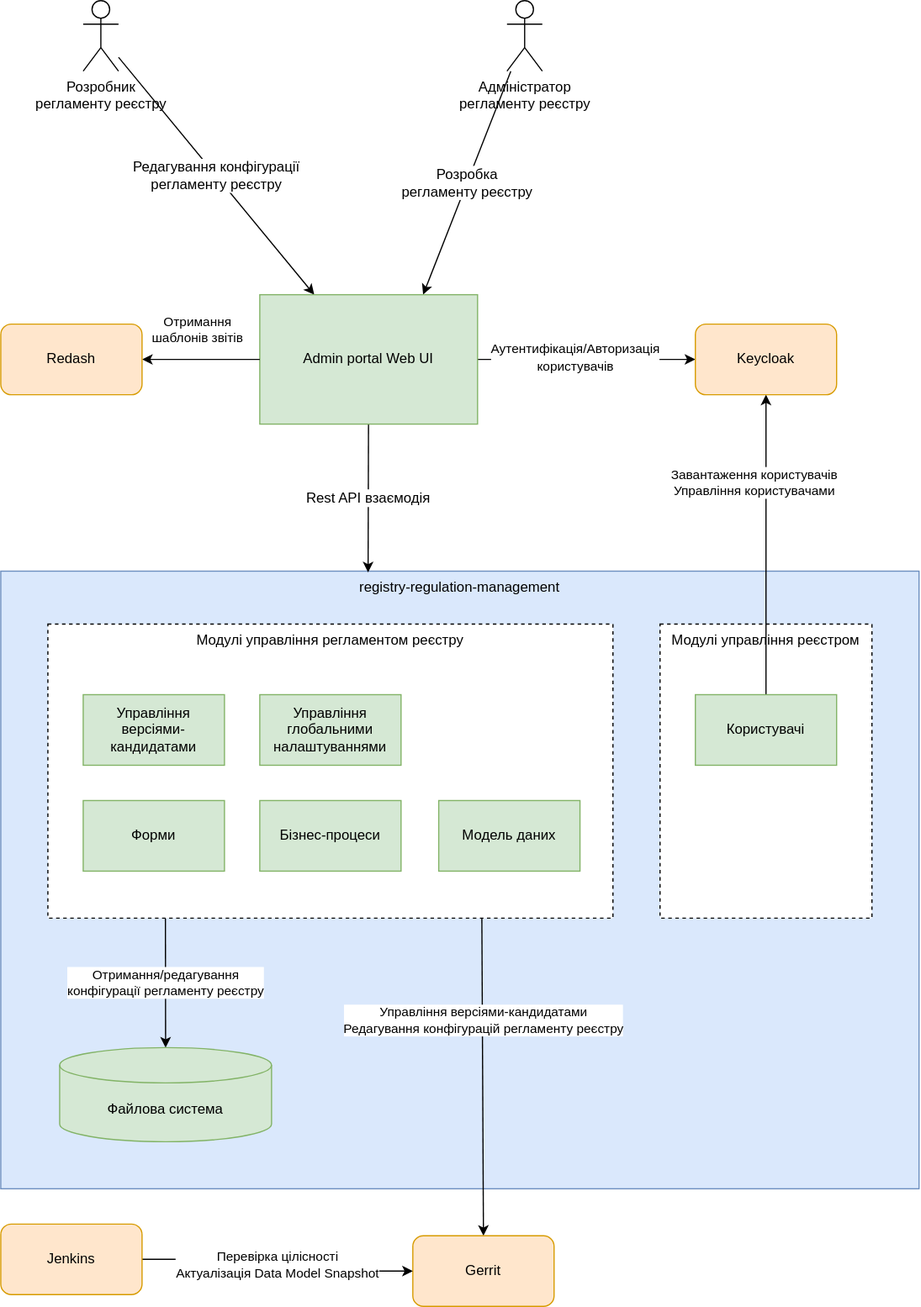
The draw.io diagram modules/tech/images/architecture-workspace/documentation-templates/component-design-template/container.svg in epam/edp-ddm-architecture, before a commit. Source tidied: cells renumbered, new cells last; positions are measured from the earlier drawing's top-left corner, leaving out a move shared by most shapes. Its diagram source:
```xml
<mxGraphModel>
  <root>
    <mxCell id="0" />
    <mxCell id="1" parent="0" />
    <mxCell id="2" value="registry-regulation-management" style="rounded=0;whiteSpace=wrap;html=1;verticalAlign=top;fillColor=#dae8fc;strokeColor=#6c8ebf;" parent="1" vertex="1">
      <mxGeometry y="485" width="780" height="525" as="geometry" />
    </mxCell>
    <mxCell id="3" value="Модулі управління реєстром" style="rounded=0;whiteSpace=wrap;html=1;verticalAlign=top;dashed=1;" parent="1" vertex="1">
      <mxGeometry x="560" y="530" width="180" height="250" as="geometry" />
    </mxCell>
    <mxCell id="4" value="Управління версіями-кандидатами&lt;br&gt;Редагування конфігурацій регламенту реєстру" style="edgeStyle=none;rounded=0;jettySize=auto;html=1;entryX=0.5;entryY=0;entryDx=0;entryDy=0;exitX=0.768;exitY=0.999;exitDx=0;exitDy=0;exitPerimeter=0;" parent="1" edge="1" source="6" target="20">
      <mxGeometry x="-0.35" y="1" relative="1" as="geometry" />
    </mxCell>
    <mxCell id="5" value="Отримання/редагування&lt;br&gt;конфігурації регламенту реєстру" style="edgeStyle=none;rounded=0;jettySize=auto;html=1;entryX=0.5;entryY=0;entryDx=0;entryDy=0;entryPerimeter=0;exitX=0.208;exitY=1.001;exitDx=0;exitDy=0;exitPerimeter=0;" parent="1" edge="1" source="6" target="21">
      <mxGeometry relative="1" as="geometry" />
    </mxCell>
    <mxCell id="6" value="Модулі управління регламентом реєстру" style="rounded=0;whiteSpace=wrap;html=1;verticalAlign=top;dashed=1;" parent="1" vertex="1">
      <mxGeometry x="40" y="530" width="480" height="250" as="geometry" />
    </mxCell>
    <mxCell id="7" value="Розробка&lt;br&gt;регламенту реєстру" style="edgeStyle=none;rounded=0;jettySize=auto;html=1;entryX=0.75;entryY=0;entryDx=0;entryDy=0;fontSize=12;" parent="1" edge="1" source="8" target="19">
      <mxGeometry relative="1" as="geometry" />
    </mxCell>
    <mxCell id="8" value="Адміністратор &lt;br&gt;регламенту реєстру" style="shape=umlActor;verticalLabelPosition=bottom;verticalAlign=top;html=1;outlineConnect=0;" parent="1" vertex="1">
      <mxGeometry x="430" width="30" height="60" as="geometry" />
    </mxCell>
    <mxCell id="9" value="Редагування конфігурації&lt;br style=&quot;font-size: 12px;&quot;&gt;регламенту реєстру" style="edgeStyle=none;rounded=0;jettySize=auto;html=1;entryX=0.25;entryY=0;entryDx=0;entryDy=0;fontSize=12;" parent="1" edge="1" source="10" target="19">
      <mxGeometry relative="1" as="geometry" />
    </mxCell>
    <mxCell id="10" value="Розробник&lt;br&gt;регламенту реєстру" style="shape=umlActor;verticalLabelPosition=bottom;verticalAlign=top;html=1;outlineConnect=0;" parent="1" vertex="1">
      <mxGeometry x="70" width="30" height="60" as="geometry" />
    </mxCell>
    <mxCell id="11" value="Форми" style="rounded=0;whiteSpace=wrap;html=1;fillColor=#d5e8d4;strokeColor=#82b366;" parent="1" vertex="1">
      <mxGeometry x="70" y="680" width="120" height="60" as="geometry" />
    </mxCell>
    <mxCell id="12" value="Бізнес-процеси" style="rounded=0;whiteSpace=wrap;html=1;fillColor=#d5e8d4;strokeColor=#82b366;" parent="1" vertex="1">
      <mxGeometry x="220" y="680" width="120" height="60" as="geometry" />
    </mxCell>
    <mxCell id="13" value="Управління глобальними налаштуваннями" style="rounded=0;whiteSpace=wrap;html=1;fillColor=#d5e8d4;strokeColor=#82b366;" parent="1" vertex="1">
      <mxGeometry x="220" y="590" width="120" height="60" as="geometry" />
    </mxCell>
    <mxCell id="14" value="Модель даних" style="rounded=0;whiteSpace=wrap;html=1;fillColor=#d5e8d4;strokeColor=#82b366;" parent="1" vertex="1">
      <mxGeometry x="372" y="680" width="120" height="60" as="geometry" />
    </mxCell>
    <mxCell id="15" value="Управління версіями-кандидатами" style="rounded=0;whiteSpace=wrap;html=1;fillColor=#d5e8d4;strokeColor=#82b366;" parent="1" vertex="1">
      <mxGeometry x="70" y="590" width="120" height="60" as="geometry" />
    </mxCell>
    <mxCell id="16" value="Rest API взаємодія" style="edgeStyle=none;rounded=0;jettySize=auto;html=1;fontSize=12;entryX=0.4;entryY=0.002;entryDx=0;entryDy=0;entryPerimeter=0;" parent="1" edge="1" source="19" target="2">
      <mxGeometry relative="1" as="geometry" />
    </mxCell>
    <mxCell id="17" style="edgeStyle=none;rounded=0;jettySize=auto;html=1;entryX=0;entryY=0.5;entryDx=0;entryDy=0;fontSize=12;" parent="1" edge="1" source="19" target="26">
      <mxGeometry relative="1" as="geometry" />
    </mxCell>
    <mxCell id="18" value="&lt;span style=&quot;font-size: 11px;&quot;&gt;Аутентифікація/Авторизація&lt;/span&gt;&lt;br style=&quot;font-size: 11px;&quot;&gt;&lt;span style=&quot;font-size: 11px;&quot;&gt;користувачів&lt;/span&gt;" style="edgeLabel;html=1;align=center;verticalAlign=middle;fontSize=12;" parent="17" vertex="1">
      <mxGeometry x="-0.11" y="2" relative="1" as="geometry" />
    </mxCell>
    <mxCell id="19" value="Admin portal Web UI" style="rounded=0;whiteSpace=wrap;html=1;fillColor=#d5e8d4;strokeColor=#82b366;" parent="1" vertex="1">
      <mxGeometry x="220" y="250" width="185" height="110" as="geometry" />
    </mxCell>
    <mxCell id="20" value="Gerrit" style="rounded=1;whiteSpace=wrap;html=1;fillColor=#ffe6cc;strokeColor=#d79b00;" parent="1" vertex="1">
      <mxGeometry x="350" y="1050" width="120" height="60" as="geometry" />
    </mxCell>
    <mxCell id="21" value="Файлова система" style="shape=cylinder3;whiteSpace=wrap;html=1;boundedLbl=1;backgroundOutline=1;size=15;fillColor=#d5e8d4;strokeColor=#82b366;" parent="1" vertex="1">
      <mxGeometry x="50" y="890" width="180" height="80" as="geometry" />
    </mxCell>
    <mxCell id="22" value="Отримання &lt;br&gt;шаблонів звітів" style="edgeStyle=none;rounded=0;jettySize=auto;html=1;exitX=0;exitY=0.5;exitDx=0;exitDy=0;" parent="1" edge="1" source="19" target="25">
      <mxGeometry x="0.08" y="-25" relative="1" as="geometry">
        <mxPoint x="1" as="offset" />
      </mxGeometry>
    </mxCell>
    <mxCell id="23" value="Завантаження користувачів&lt;br&gt;Управління користувачами" style="edgeStyle=none;rounded=0;jettySize=auto;html=1;" parent="1" edge="1" source="24" target="26">
      <mxGeometry x="0.41" y="10" relative="1" as="geometry" />
    </mxCell>
    <mxCell id="24" value="Користувачі" style="rounded=0;whiteSpace=wrap;html=1;fillColor=#d5e8d4;strokeColor=#82b366;" parent="1" vertex="1">
      <mxGeometry x="590" y="590" width="120" height="60" as="geometry" />
    </mxCell>
    <mxCell id="25" value="Redash" style="rounded=1;whiteSpace=wrap;html=1;fillColor=#ffe6cc;strokeColor=#d79b00;" parent="1" vertex="1">
      <mxGeometry y="275" width="120" height="60" as="geometry" />
    </mxCell>
    <mxCell id="26" value="Keycloak" style="rounded=1;whiteSpace=wrap;html=1;fillColor=#ffe6cc;strokeColor=#d79b00;" parent="1" vertex="1">
      <mxGeometry x="590" y="275" width="120" height="60" as="geometry" />
    </mxCell>
    <mxCell id="27" value="Перевірка цілісності&lt;br&gt;Актуалізація Data Model Snapshot" style="edgeStyle=orthogonalEdgeStyle;rounded=0;jettySize=auto;html=1;entryX=0;entryY=0.5;entryDx=0;entryDy=0;" parent="1" edge="1" source="28" target="20">
      <mxGeometry relative="1" as="geometry" />
    </mxCell>
    <mxCell id="28" value="Jenkins" style="rounded=1;whiteSpace=wrap;html=1;fillColor=#ffe6cc;strokeColor=#d79b00;" parent="1" vertex="1">
      <mxGeometry y="1040" width="120" height="60" as="geometry" />
    </mxCell>
  </root>
</mxGraphModel>
```
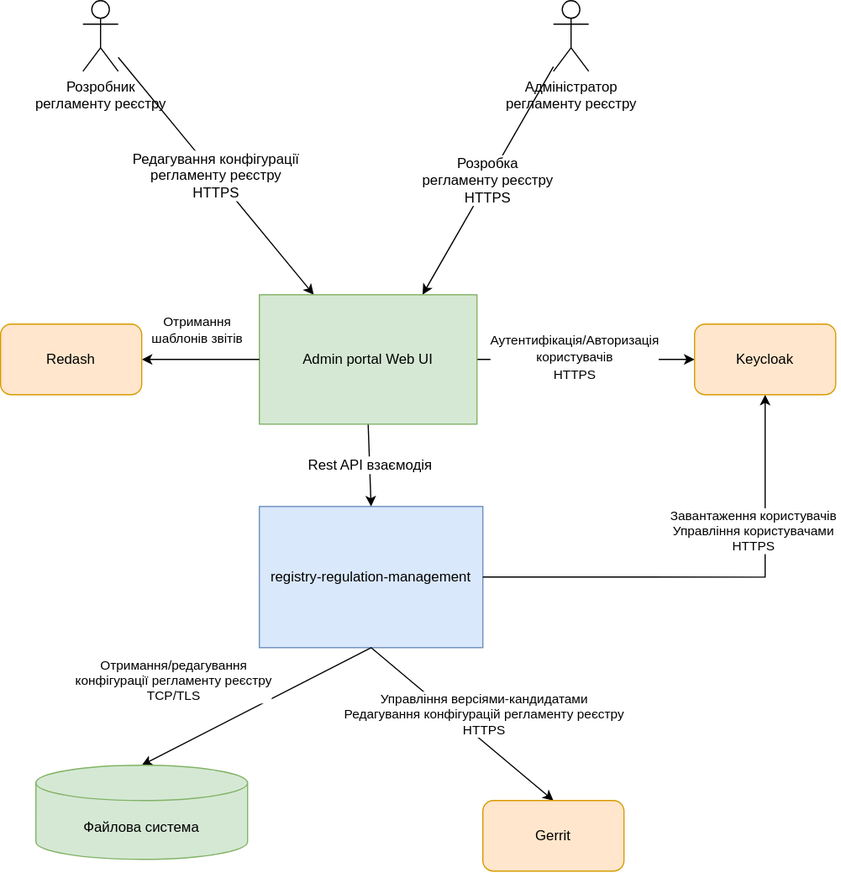
After the change.

Diff of the diagram source:
```diff
@@ -2,88 +2,60 @@
   <root>
     <mxCell id="0" />
     <mxCell id="1" parent="0" />
-    <mxCell id="2" value="registry-regulation-management" style="rounded=0;whiteSpace=wrap;html=1;verticalAlign=top;fillColor=#dae8fc;strokeColor=#6c8ebf;" parent="1" vertex="1">
-      <mxGeometry y="485" width="780" height="525" as="geometry" />
+    <mxCell id="2" value="registry-regulation-management" style="rounded=0;whiteSpace=wrap;html=1;verticalAlign=middle;fillColor=#dae8fc;strokeColor=#6c8ebf;" parent="1" vertex="1">
+      <mxGeometry x="220" y="430" width="190" height="120" as="geometry" />
     </mxCell>
-    <mxCell id="3" value="Модулі управління реєстром" style="rounded=0;whiteSpace=wrap;html=1;verticalAlign=top;dashed=1;" parent="1" vertex="1">
-      <mxGeometry x="560" y="530" width="180" height="250" as="geometry" />
-    </mxCell>
-    <mxCell id="4" value="Управління версіями-кандидатами&lt;br&gt;Редагування конфігурацій регламенту реєстру" style="edgeStyle=none;rounded=0;jettySize=auto;html=1;entryX=0.5;entryY=0;entryDx=0;entryDy=0;exitX=0.768;exitY=0.999;exitDx=0;exitDy=0;exitPerimeter=0;" parent="1" edge="1" source="6" target="20">
-      <mxGeometry x="-0.35" y="1" relative="1" as="geometry" />
+    <mxCell id="4" value="Управління версіями-кандидатами&lt;br&gt;Редагування конфігурацій регламенту реєстру&lt;br&gt;HTTPS" style="edgeStyle=none;rounded=0;jettySize=auto;html=1;entryX=0.5;entryY=0;entryDx=0;entryDy=0;exitX=0.5;exitY=1;exitDx=0;exitDy=0;" parent="1" edge="1" source="2" target="20">
+      <mxGeometry x="0.09" y="18" relative="1" as="geometry" />
     </mxCell>
-    <mxCell id="5" value="Отримання/редагування&lt;br&gt;конфігурації регламенту реєстру" style="edgeStyle=none;rounded=0;jettySize=auto;html=1;entryX=0.5;entryY=0;entryDx=0;entryDy=0;entryPerimeter=0;exitX=0.208;exitY=1.001;exitDx=0;exitDy=0;exitPerimeter=0;" parent="1" edge="1" source="6" target="21">
-      <mxGeometry relative="1" as="geometry" />
+    <mxCell id="5" value="Отримання/редагування&lt;br&gt;конфігурації регламенту реєстру&lt;br&gt;TCP/TLS" style="edgeStyle=none;rounded=0;jettySize=auto;html=1;entryX=0.5;entryY=0;entryDx=0;entryDy=0;entryPerimeter=0;exitX=0.5;exitY=1;exitDx=0;exitDy=0;" parent="1" edge="1" source="2" target="21">
+      <mxGeometry x="0.49" y="-52" relative="1" as="geometry">
+        <mxPoint x="1" as="offset" />
+      </mxGeometry>
     </mxCell>
-    <mxCell id="6" value="Модулі управління регламентом реєстру" style="rounded=0;whiteSpace=wrap;html=1;verticalAlign=top;dashed=1;" parent="1" vertex="1">
-      <mxGeometry x="40" y="530" width="480" height="250" as="geometry" />
-    </mxCell>
-    <mxCell id="7" value="Розробка&lt;br&gt;регламенту реєстру" style="edgeStyle=none;rounded=0;jettySize=auto;html=1;entryX=0.75;entryY=0;entryDx=0;entryDy=0;fontSize=12;" parent="1" edge="1" source="8" target="19">
+    <mxCell id="7" value="Розробка&lt;br&gt;регламенту реєстру&lt;br&gt;HTTPS" style="edgeStyle=none;rounded=0;jettySize=auto;html=1;entryX=0.75;entryY=0;entryDx=0;entryDy=0;fontSize=12;" parent="1" edge="1" source="8" target="19">
       <mxGeometry relative="1" as="geometry" />
     </mxCell>
     <mxCell id="8" value="Адміністратор &lt;br&gt;регламенту реєстру" style="shape=umlActor;verticalLabelPosition=bottom;verticalAlign=top;html=1;outlineConnect=0;" parent="1" vertex="1">
-      <mxGeometry x="430" width="30" height="60" as="geometry" />
+      <mxGeometry x="470" width="30" height="60" as="geometry" />
     </mxCell>
-    <mxCell id="9" value="Редагування конфігурації&lt;br style=&quot;font-size: 12px;&quot;&gt;регламенту реєстру" style="edgeStyle=none;rounded=0;jettySize=auto;html=1;entryX=0.25;entryY=0;entryDx=0;entryDy=0;fontSize=12;" parent="1" edge="1" source="10" target="19">
+    <mxCell id="9" value="Редагування конфігурації&lt;br style=&quot;font-size: 12px&quot;&gt;регламенту реєстру&lt;br&gt;HTTPS" style="edgeStyle=none;rounded=0;jettySize=auto;html=1;entryX=0.25;entryY=0;entryDx=0;entryDy=0;fontSize=12;" parent="1" edge="1" source="10" target="19">
       <mxGeometry relative="1" as="geometry" />
     </mxCell>
     <mxCell id="10" value="Розробник&lt;br&gt;регламенту реєстру" style="shape=umlActor;verticalLabelPosition=bottom;verticalAlign=top;html=1;outlineConnect=0;" parent="1" vertex="1">
       <mxGeometry x="70" width="30" height="60" as="geometry" />
     </mxCell>
-    <mxCell id="11" value="Форми" style="rounded=0;whiteSpace=wrap;html=1;fillColor=#d5e8d4;strokeColor=#82b366;" parent="1" vertex="1">
-      <mxGeometry x="70" y="680" width="120" height="60" as="geometry" />
-    </mxCell>
-    <mxCell id="12" value="Бізнес-процеси" style="rounded=0;whiteSpace=wrap;html=1;fillColor=#d5e8d4;strokeColor=#82b366;" parent="1" vertex="1">
-      <mxGeometry x="220" y="680" width="120" height="60" as="geometry" />
-    </mxCell>
-    <mxCell id="13" value="Управління глобальними налаштуваннями" style="rounded=0;whiteSpace=wrap;html=1;fillColor=#d5e8d4;strokeColor=#82b366;" parent="1" vertex="1">
-      <mxGeometry x="220" y="590" width="120" height="60" as="geometry" />
-    </mxCell>
-    <mxCell id="14" value="Модель даних" style="rounded=0;whiteSpace=wrap;html=1;fillColor=#d5e8d4;strokeColor=#82b366;" parent="1" vertex="1">
-      <mxGeometry x="372" y="680" width="120" height="60" as="geometry" />
-    </mxCell>
-    <mxCell id="15" value="Управління версіями-кандидатами" style="rounded=0;whiteSpace=wrap;html=1;fillColor=#d5e8d4;strokeColor=#82b366;" parent="1" vertex="1">
-      <mxGeometry x="70" y="590" width="120" height="60" as="geometry" />
-    </mxCell>
-    <mxCell id="16" value="Rest API взаємодія" style="edgeStyle=none;rounded=0;jettySize=auto;html=1;fontSize=12;entryX=0.4;entryY=0.002;entryDx=0;entryDy=0;entryPerimeter=0;" parent="1" edge="1" source="19" target="2">
+    <mxCell id="16" value="Rest API взаємодія" style="edgeStyle=none;rounded=0;jettySize=auto;html=1;fontSize=12;entryX=0.5;entryY=0;entryDx=0;entryDy=0;exitX=0.5;exitY=1;exitDx=0;exitDy=0;" parent="1" edge="1" source="19" target="2">
       <mxGeometry relative="1" as="geometry" />
     </mxCell>
     <mxCell id="17" style="edgeStyle=none;rounded=0;jettySize=auto;html=1;entryX=0;entryY=0.5;entryDx=0;entryDy=0;fontSize=12;" parent="1" edge="1" source="19" target="26">
       <mxGeometry relative="1" as="geometry" />
     </mxCell>
-    <mxCell id="18" value="&lt;span style=&quot;font-size: 11px;&quot;&gt;Аутентифікація/Авторизація&lt;/span&gt;&lt;br style=&quot;font-size: 11px;&quot;&gt;&lt;span style=&quot;font-size: 11px;&quot;&gt;користувачів&lt;/span&gt;" style="edgeLabel;html=1;align=center;verticalAlign=middle;fontSize=12;" parent="17" vertex="1">
+    <mxCell id="18" value="&lt;span style=&quot;font-size: 11px&quot;&gt;Аутентифікація/Авторизація&lt;/span&gt;&lt;br style=&quot;font-size: 11px&quot;&gt;&lt;span style=&quot;font-size: 11px&quot;&gt;користувачів&lt;br&gt;HTTPS&lt;br&gt;&lt;/span&gt;" style="edgeLabel;html=1;align=center;verticalAlign=middle;fontSize=12;" parent="17" vertex="1">
       <mxGeometry x="-0.11" y="2" relative="1" as="geometry" />
     </mxCell>
     <mxCell id="19" value="Admin portal Web UI" style="rounded=0;whiteSpace=wrap;html=1;fillColor=#d5e8d4;strokeColor=#82b366;" parent="1" vertex="1">
       <mxGeometry x="220" y="250" width="185" height="110" as="geometry" />
     </mxCell>
     <mxCell id="20" value="Gerrit" style="rounded=1;whiteSpace=wrap;html=1;fillColor=#ffe6cc;strokeColor=#d79b00;" parent="1" vertex="1">
-      <mxGeometry x="350" y="1050" width="120" height="60" as="geometry" />
+      <mxGeometry x="410" y="680" width="120" height="60" as="geometry" />
     </mxCell>
     <mxCell id="21" value="Файлова система" style="shape=cylinder3;whiteSpace=wrap;html=1;boundedLbl=1;backgroundOutline=1;size=15;fillColor=#d5e8d4;strokeColor=#82b366;" parent="1" vertex="1">
-      <mxGeometry x="50" y="890" width="180" height="80" as="geometry" />
+      <mxGeometry x="30" y="650" width="180" height="80" as="geometry" />
     </mxCell>
     <mxCell id="22" value="Отримання &lt;br&gt;шаблонів звітів" style="edgeStyle=none;rounded=0;jettySize=auto;html=1;exitX=0;exitY=0.5;exitDx=0;exitDy=0;" parent="1" edge="1" source="19" target="25">
       <mxGeometry x="0.08" y="-25" relative="1" as="geometry">
         <mxPoint x="1" as="offset" />
       </mxGeometry>
     </mxCell>
-    <mxCell id="23" value="Завантаження користувачів&lt;br&gt;Управління користувачами" style="edgeStyle=none;rounded=0;jettySize=auto;html=1;" parent="1" edge="1" source="24" target="26">
+    <mxCell id="23" value="Завантаження користувачів&lt;br&gt;Управління користувачами&lt;br&gt;HTTPS" style="edgeStyle=orthogonalEdgeStyle;rounded=0;jettySize=auto;html=1;exitX=1;exitY=0.5;exitDx=0;exitDy=0;" parent="1" edge="1" source="2" target="26">
       <mxGeometry x="0.41" y="10" relative="1" as="geometry" />
     </mxCell>
-    <mxCell id="24" value="Користувачі" style="rounded=0;whiteSpace=wrap;html=1;fillColor=#d5e8d4;strokeColor=#82b366;" parent="1" vertex="1">
-      <mxGeometry x="590" y="590" width="120" height="60" as="geometry" />
-    </mxCell>
     <mxCell id="25" value="Redash" style="rounded=1;whiteSpace=wrap;html=1;fillColor=#ffe6cc;strokeColor=#d79b00;" parent="1" vertex="1">
       <mxGeometry y="275" width="120" height="60" as="geometry" />
     </mxCell>
     <mxCell id="26" value="Keycloak" style="rounded=1;whiteSpace=wrap;html=1;fillColor=#ffe6cc;strokeColor=#d79b00;" parent="1" vertex="1">
       <mxGeometry x="590" y="275" width="120" height="60" as="geometry" />
     </mxCell>
-    <mxCell id="27" value="Перевірка цілісності&lt;br&gt;Актуалізація Data Model Snapshot" style="edgeStyle=orthogonalEdgeStyle;rounded=0;jettySize=auto;html=1;entryX=0;entryY=0.5;entryDx=0;entryDy=0;" parent="1" edge="1" source="28" target="20">
-      <mxGeometry relative="1" as="geometry" />
-    </mxCell>
-    <mxCell id="28" value="Jenkins" style="rounded=1;whiteSpace=wrap;html=1;fillColor=#ffe6cc;strokeColor=#d79b00;" parent="1" vertex="1">
-      <mxGeometry y="1040" width="120" height="60" as="geometry" />
-    </mxCell>
   </root>
 </mxGraphModel>
```
